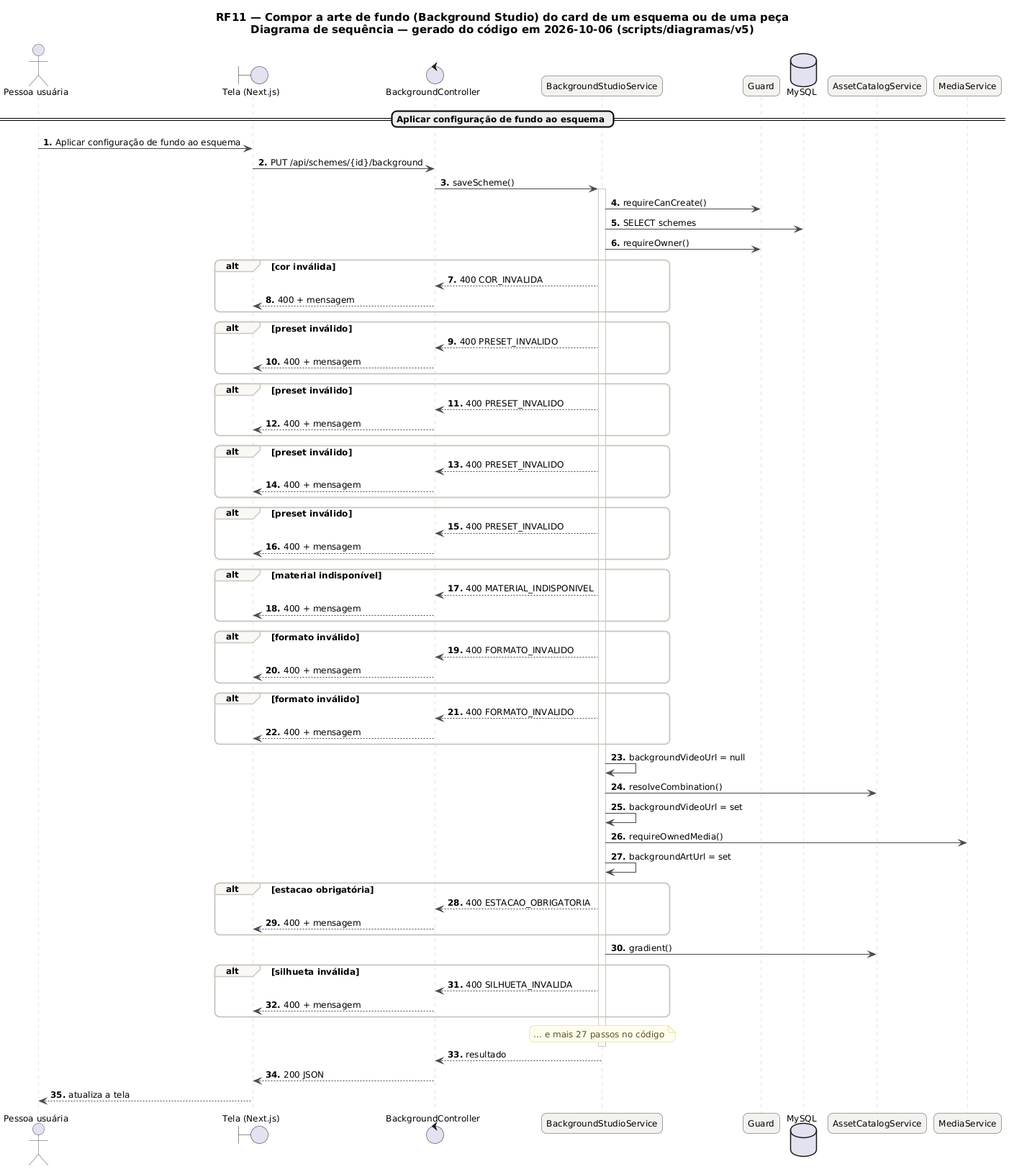
MatheusHaliski/tcc-2026-fashion-ai-backend keeps this PlantUML diagram as docs/diagramas/RF11/RF11_Sequencia.png. Above is the earlier version.
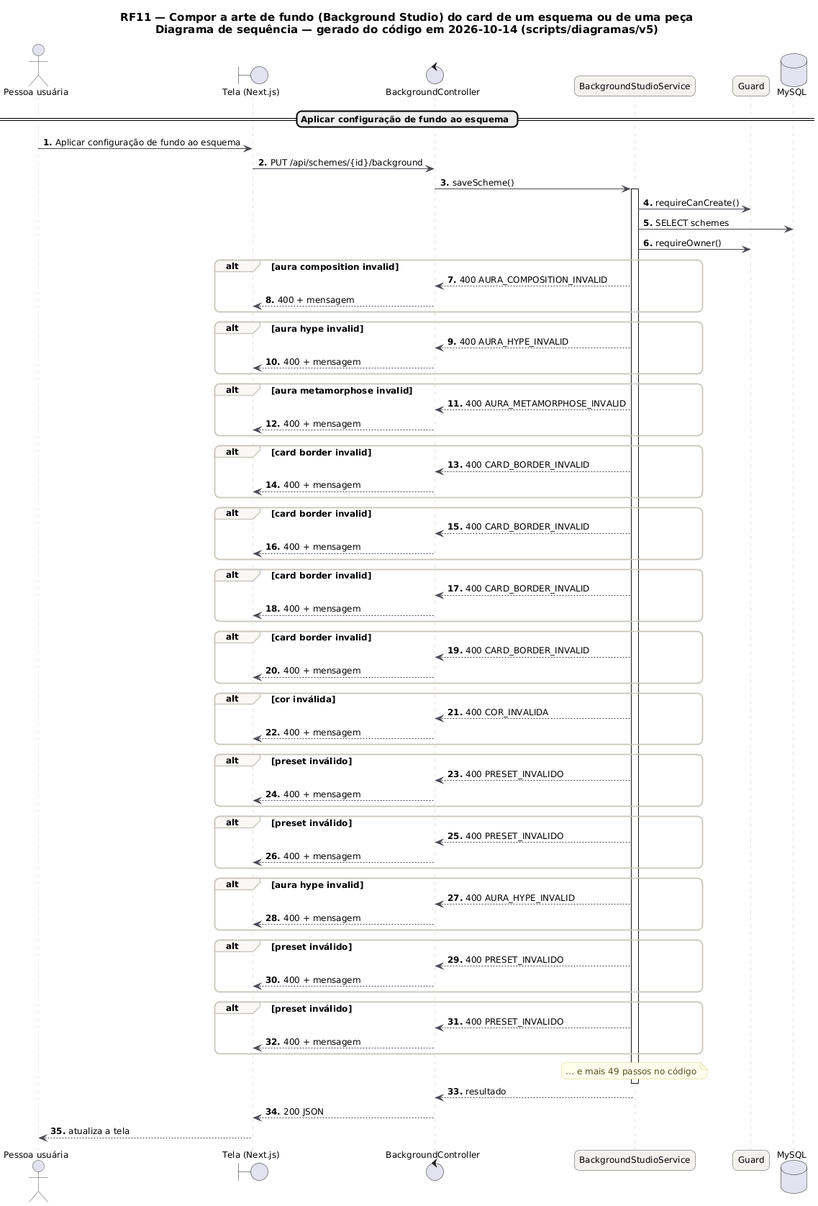
Later version of the same file.

Diff of the diagram source:
```diff
@@ -21,7 +21,7 @@
   GroupBackgroundColor #FAF8F5
 }
 autonumber "<b>0."
-title RF11 — Compor a arte de fundo (Background Studio) do card de um esquema ou de uma peça\nDiagrama de sequência — gerado do código em 2026-10-06 (scripts/diagramas/v5)
+title RF11 — Compor a arte de fundo (Background Studio) do card de um esquema ou de uma peça\nDiagrama de sequência — gerado do código em 2026-10-14 (scripts/diagramas/v5)
 
 actor "Pessoa usuária" as U
 boundary "Tela (Next.js)" as P
@@ -29,8 +29,6 @@
 participant "BackgroundStudioService" as BackgroundStudioService
 participant "Guard" as Guard
 database "MySQL" as DB_MySQL
-participant "AssetCatalogService" as AssetCatalogService
-participant "MediaService" as MediaService
 == Aplicar configuração de fundo ao esquema ==
 U -> P : Aplicar configuração de fundo ao esquema
 P -> BackgroundController : PUT /api/schemes/{id}/background
@@ -39,6 +37,34 @@
 BackgroundStudioService -> Guard : requireCanCreate()
 BackgroundStudioService -> DB_MySQL : SELECT schemes
 BackgroundStudioService -> Guard : requireOwner()
+alt aura composition invalid
+BackgroundStudioService --> BackgroundController : 400 AURA_COMPOSITION_INVALID
+BackgroundController --> P : 400 + mensagem
+end
+alt aura hype invalid
+BackgroundStudioService --> BackgroundController : 400 AURA_HYPE_INVALID
+BackgroundController --> P : 400 + mensagem
+end
+alt aura metamorphose invalid
+BackgroundStudioService --> BackgroundController : 400 AURA_METAMORPHOSE_INVALID
+BackgroundController --> P : 400 + mensagem
+end
+alt card border invalid
+BackgroundStudioService --> BackgroundController : 400 CARD_BORDER_INVALID
+BackgroundController --> P : 400 + mensagem
+end
+alt card border invalid
+BackgroundStudioService --> BackgroundController : 400 CARD_BORDER_INVALID
+BackgroundController --> P : 400 + mensagem
+end
+alt card border invalid
+BackgroundStudioService --> BackgroundController : 400 CARD_BORDER_INVALID
+BackgroundController --> P : 400 + mensagem
+end
+alt card border invalid
+BackgroundStudioService --> BackgroundController : 400 CARD_BORDER_INVALID
+BackgroundController --> P : 400 + mensagem
+end
 alt cor inválida
 BackgroundStudioService --> BackgroundController : 400 COR_INVALIDA
 BackgroundController --> P : 400 + mensagem
@@ -51,6 +77,10 @@
 BackgroundStudioService --> BackgroundController : 400 PRESET_INVALIDO
 BackgroundController --> P : 400 + mensagem
 end
+alt aura hype invalid
+BackgroundStudioService --> BackgroundController : 400 AURA_HYPE_INVALID
+BackgroundController --> P : 400 + mensagem
+end
 alt preset inválido
 BackgroundStudioService --> BackgroundController : 400 PRESET_INVALIDO
 BackgroundController --> P : 400 + mensagem
@@ -59,33 +89,7 @@
 BackgroundStudioService --> BackgroundController : 400 PRESET_INVALIDO
 BackgroundController --> P : 400 + mensagem
 end
-alt material indisponível
-BackgroundStudioService --> BackgroundController : 400 MATERIAL_INDISPONIVEL
-BackgroundController --> P : 400 + mensagem
-end
-alt formato inválido
-BackgroundStudioService --> BackgroundController : 400 FORMATO_INVALIDO
-BackgroundController --> P : 400 + mensagem
-end
-alt formato inválido
-BackgroundStudioService --> BackgroundController : 400 FORMATO_INVALIDO
-BackgroundController --> P : 400 + mensagem
-end
-BackgroundStudioService -> BackgroundStudioService : backgroundVideoUrl = null
-BackgroundStudioService -> AssetCatalogService : resolveCombination()
-BackgroundStudioService -> BackgroundStudioService : backgroundVideoUrl = set
-BackgroundStudioService -> MediaService : requireOwnedMedia()
-BackgroundStudioService -> BackgroundStudioService : backgroundArtUrl = set
-alt estacao obrigatória
-BackgroundStudioService --> BackgroundController : 400 ESTACAO_OBRIGATORIA
-BackgroundController --> P : 400 + mensagem
-end
-BackgroundStudioService -> AssetCatalogService : gradient()
-alt silhueta inválida
-BackgroundStudioService --> BackgroundController : 400 SILHUETA_INVALIDA
-BackgroundController --> P : 400 + mensagem
-end
-note over BackgroundStudioService : … e mais 27 passos no código
+note over BackgroundStudioService : … e mais 49 passos no código
 deactivate BackgroundStudioService
 BackgroundStudioService --> BackgroundController : resultado
 BackgroundController --> P : 200 JSON
```
